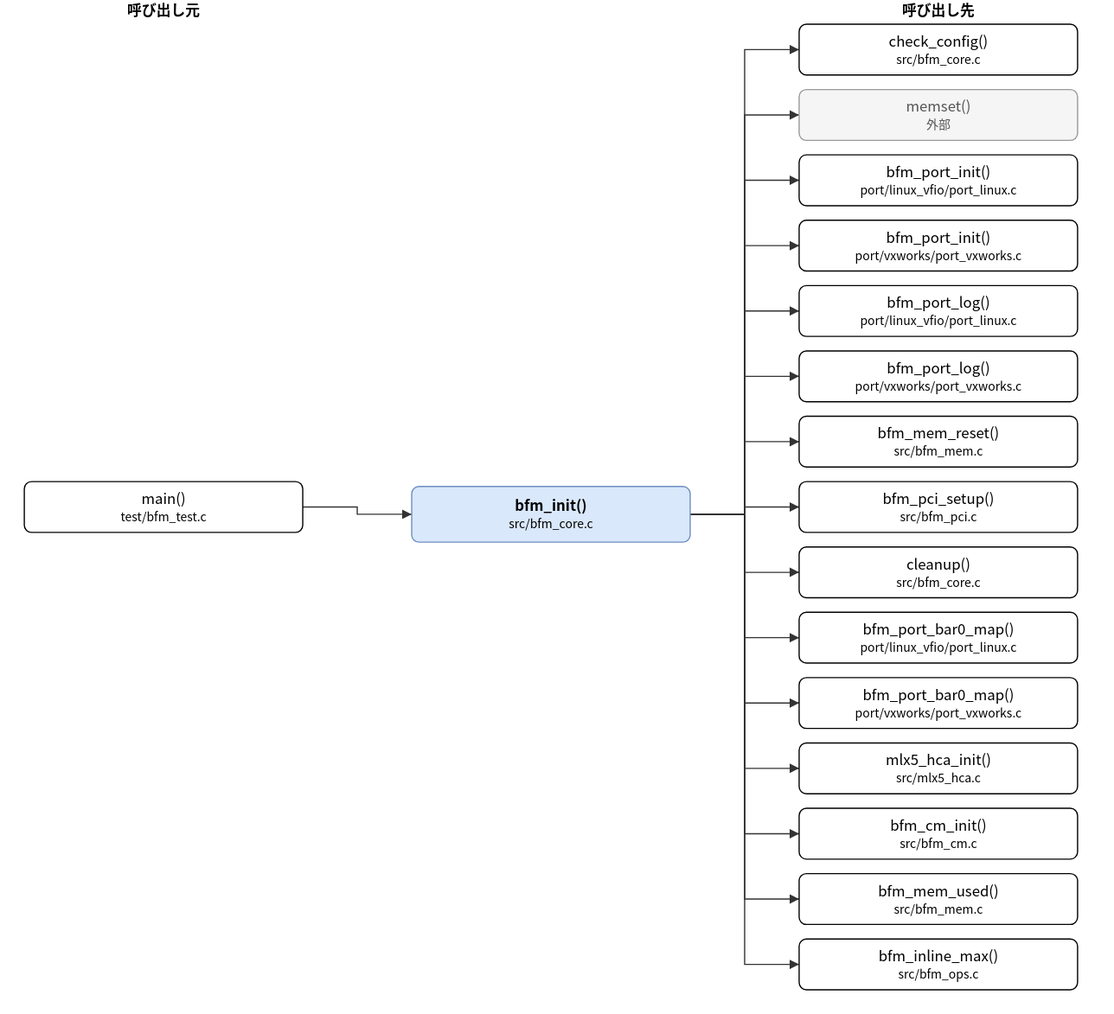
Earlier version of the draw.io export doc/spec/images/call_src_bfm_core-bfm_init.drawio.svg (hf355051012-ai/bfmem). Source tidied: cells renumbered, new cells last; positions are measured from the earlier drawing's top-left corner, leaving out a move shared by most shapes.
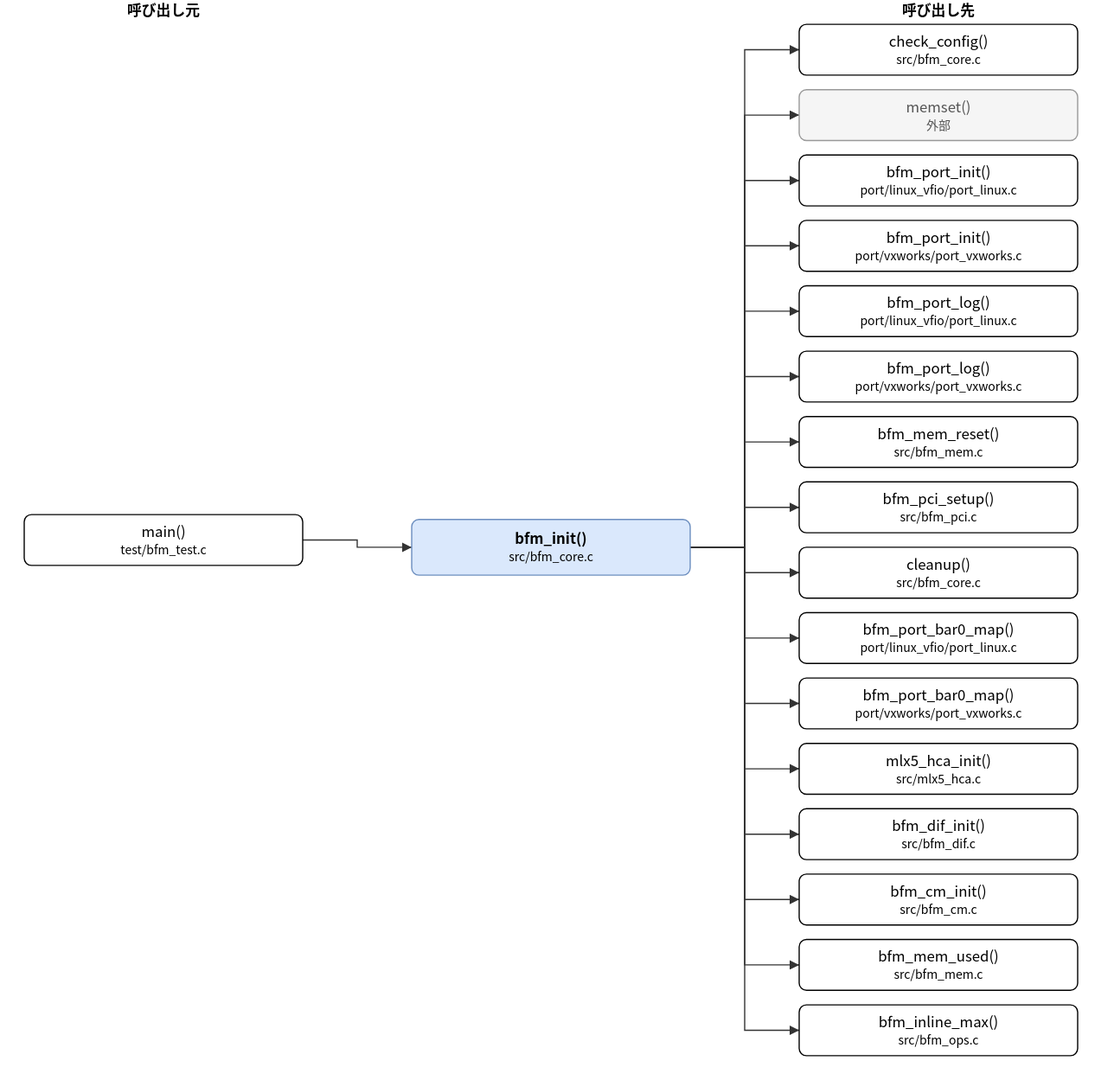
The same file after the commit.

What changed in the source:
```diff
@@ -3,10 +3,10 @@
     <mxCell id="0" />
     <mxCell id="1" parent="0" />
     <mxCell id="2" value="bfm_init()&lt;br&gt;&lt;font style=&quot;font-size:10px&quot;&gt;src/bfm_core.c&lt;/font&gt;" style="rounded=1;whiteSpace=wrap;html=1;fillColor=#dae8fc;strokeColor=#6c8ebf;fontStyle=1;" parent="1" vertex="1">
-      <mxGeometry x="320" y="402" width="230" height="46" as="geometry" />
+      <mxGeometry x="320" y="429" width="230" height="46" as="geometry" />
     </mxCell>
     <mxCell id="3" value="main()&lt;br&gt;&lt;font style=&quot;font-size:10px&quot;&gt;test/bfm_test.c&lt;/font&gt;" style="rounded=1;whiteSpace=wrap;html=1;" parent="1" vertex="1">
-      <mxGeometry y="398" width="230" height="42" as="geometry" />
+      <mxGeometry y="425" width="230" height="42" as="geometry" />
     </mxCell>
     <mxCell id="4" value="check_config()&lt;br&gt;&lt;font style=&quot;font-size:10px&quot;&gt;src/bfm_core.c&lt;/font&gt;" style="rounded=1;whiteSpace=wrap;html=1;" parent="1" vertex="1">
       <mxGeometry x="640" y="20" width="230" height="42" as="geometry" />
@@ -44,27 +44,30 @@
     <mxCell id="15" value="mlx5_hca_init()&lt;br&gt;&lt;font style=&quot;font-size:10px&quot;&gt;src/mlx5_hca.c&lt;/font&gt;" style="rounded=1;whiteSpace=wrap;html=1;" parent="1" vertex="1">
       <mxGeometry x="640" y="614" width="230" height="42" as="geometry" />
     </mxCell>
-    <mxCell id="16" value="bfm_cm_init()&lt;br&gt;&lt;font style=&quot;font-size:10px&quot;&gt;src/bfm_cm.c&lt;/font&gt;" style="rounded=1;whiteSpace=wrap;html=1;" parent="1" vertex="1">
+    <mxCell id="16" value="bfm_dif_init()&lt;br&gt;&lt;font style=&quot;font-size:10px&quot;&gt;src/bfm_dif.c&lt;/font&gt;" style="rounded=1;whiteSpace=wrap;html=1;" parent="1" vertex="1">
       <mxGeometry x="640" y="668" width="230" height="42" as="geometry" />
     </mxCell>
-    <mxCell id="17" value="bfm_mem_used()&lt;br&gt;&lt;font style=&quot;font-size:10px&quot;&gt;src/bfm_mem.c&lt;/font&gt;" style="rounded=1;whiteSpace=wrap;html=1;" parent="1" vertex="1">
+    <mxCell id="17" value="bfm_cm_init()&lt;br&gt;&lt;font style=&quot;font-size:10px&quot;&gt;src/bfm_cm.c&lt;/font&gt;" style="rounded=1;whiteSpace=wrap;html=1;" parent="1" vertex="1">
       <mxGeometry x="640" y="722" width="230" height="42" as="geometry" />
     </mxCell>
-    <mxCell id="18" value="bfm_inline_max()&lt;br&gt;&lt;font style=&quot;font-size:10px&quot;&gt;src/bfm_ops.c&lt;/font&gt;" style="rounded=1;whiteSpace=wrap;html=1;" parent="1" vertex="1">
+    <mxCell id="18" value="bfm_mem_used()&lt;br&gt;&lt;font style=&quot;font-size:10px&quot;&gt;src/bfm_mem.c&lt;/font&gt;" style="rounded=1;whiteSpace=wrap;html=1;" parent="1" vertex="1">
       <mxGeometry x="640" y="776" width="230" height="42" as="geometry" />
     </mxCell>
+    <mxCell id="37" value="bfm_inline_max()&lt;br&gt;&lt;font style=&quot;font-size:10px&quot;&gt;src/bfm_ops.c&lt;/font&gt;" style="rounded=1;whiteSpace=wrap;html=1;" parent="1" vertex="1">
+      <mxGeometry x="640" y="830" width="230" height="42" as="geometry" />
+    </mxCell>
     <mxCell id="19" style="edgeStyle=none;html=1;rounded=0;endArrow=block;endFill=1;exitX=1.0000;exitY=0.5000;exitDx=0;exitDy=0;exitPerimeter=0;entryX=0.0000;entryY=0.5000;entryDx=0;entryDy=0;entryPerimeter=0;" parent="1" edge="1" source="3" target="2">
       <mxGeometry relative="1" as="geometry">
         <Array as="points">
-          <mxPoint x="275" y="419" />
-          <mxPoint x="275" y="425" />
+          <mxPoint x="275" y="446" />
+          <mxPoint x="275" y="452" />
         </Array>
       </mxGeometry>
     </mxCell>
     <mxCell id="20" style="edgeStyle=none;html=1;rounded=0;endArrow=block;endFill=1;exitX=1.0000;exitY=0.5000;exitDx=0;exitDy=0;exitPerimeter=0;entryX=0.0000;entryY=0.5000;entryDx=0;entryDy=0;entryPerimeter=0;" parent="1" edge="1" source="2" target="4">
       <mxGeometry relative="1" as="geometry">
         <Array as="points">
-          <mxPoint x="595" y="425" />
+          <mxPoint x="595" y="452" />
           <mxPoint x="595" y="41" />
         </Array>
       </mxGeometry>
@@ -72,7 +75,7 @@
     <mxCell id="21" style="edgeStyle=none;html=1;rounded=0;endArrow=block;endFill=1;exitX=1.0000;exitY=0.5000;exitDx=0;exitDy=0;exitPerimeter=0;entryX=0.0000;entryY=0.5000;entryDx=0;entryDy=0;entryPerimeter=0;" parent="1" edge="1" source="2" target="5">
       <mxGeometry relative="1" as="geometry">
         <Array as="points">
-          <mxPoint x="595" y="425" />
+          <mxPoint x="595" y="452" />
           <mxPoint x="595" y="95" />
         </Array>
       </mxGeometry>
@@ -80,7 +83,7 @@
     <mxCell id="22" style="edgeStyle=none;html=1;rounded=0;endArrow=block;endFill=1;exitX=1.0000;exitY=0.5000;exitDx=0;exitDy=0;exitPerimeter=0;entryX=0.0000;entryY=0.5000;entryDx=0;entryDy=0;entryPerimeter=0;" parent="1" edge="1" source="2" target="6">
       <mxGeometry relative="1" as="geometry">
         <Array as="points">
-          <mxPoint x="595" y="425" />
+          <mxPoint x="595" y="452" />
           <mxPoint x="595" y="149" />
         </Array>
       </mxGeometry>
@@ -88,7 +91,7 @@
     <mxCell id="23" style="edgeStyle=none;html=1;rounded=0;endArrow=block;endFill=1;exitX=1.0000;exitY=0.5000;exitDx=0;exitDy=0;exitPerimeter=0;entryX=0.0000;entryY=0.5000;entryDx=0;entryDy=0;entryPerimeter=0;" parent="1" edge="1" source="2" target="7">
       <mxGeometry relative="1" as="geometry">
         <Array as="points">
-          <mxPoint x="595" y="425" />
+          <mxPoint x="595" y="452" />
           <mxPoint x="595" y="203" />
         </Array>
       </mxGeometry>
@@ -96,7 +99,7 @@
     <mxCell id="24" style="edgeStyle=none;html=1;rounded=0;endArrow=block;endFill=1;exitX=1.0000;exitY=0.5000;exitDx=0;exitDy=0;exitPerimeter=0;entryX=0.0000;entryY=0.5000;entryDx=0;entryDy=0;entryPerimeter=0;" parent="1" edge="1" source="2" target="8">
       <mxGeometry relative="1" as="geometry">
         <Array as="points">
-          <mxPoint x="595" y="425" />
+          <mxPoint x="595" y="452" />
           <mxPoint x="595" y="257" />
         </Array>
       </mxGeometry>
@@ -104,7 +107,7 @@
     <mxCell id="25" style="edgeStyle=none;html=1;rounded=0;endArrow=block;endFill=1;exitX=1.0000;exitY=0.5000;exitDx=0;exitDy=0;exitPerimeter=0;entryX=0.0000;entryY=0.5000;entryDx=0;entryDy=0;entryPerimeter=0;" parent="1" edge="1" source="2" target="9">
       <mxGeometry relative="1" as="geometry">
         <Array as="points">
-          <mxPoint x="595" y="425" />
+          <mxPoint x="595" y="452" />
           <mxPoint x="595" y="311" />
         </Array>
       </mxGeometry>
@@ -112,7 +115,7 @@
     <mxCell id="26" style="edgeStyle=none;html=1;rounded=0;endArrow=block;endFill=1;exitX=1.0000;exitY=0.5000;exitDx=0;exitDy=0;exitPerimeter=0;entryX=0.0000;entryY=0.5000;entryDx=0;entryDy=0;entryPerimeter=0;" parent="1" edge="1" source="2" target="10">
       <mxGeometry relative="1" as="geometry">
         <Array as="points">
-          <mxPoint x="595" y="425" />
+          <mxPoint x="595" y="452" />
           <mxPoint x="595" y="365" />
         </Array>
       </mxGeometry>
@@ -120,7 +123,7 @@
     <mxCell id="27" style="edgeStyle=none;html=1;rounded=0;endArrow=block;endFill=1;exitX=1.0000;exitY=0.5000;exitDx=0;exitDy=0;exitPerimeter=0;entryX=0.0000;entryY=0.5000;entryDx=0;entryDy=0;entryPerimeter=0;" parent="1" edge="1" source="2" target="11">
       <mxGeometry relative="1" as="geometry">
         <Array as="points">
-          <mxPoint x="595" y="425" />
+          <mxPoint x="595" y="452" />
           <mxPoint x="595" y="419" />
         </Array>
       </mxGeometry>
@@ -128,7 +131,7 @@
     <mxCell id="28" style="edgeStyle=none;html=1;rounded=0;endArrow=block;endFill=1;exitX=1.0000;exitY=0.5000;exitDx=0;exitDy=0;exitPerimeter=0;entryX=0.0000;entryY=0.5000;entryDx=0;entryDy=0;entryPerimeter=0;" parent="1" edge="1" source="2" target="12">
       <mxGeometry relative="1" as="geometry">
         <Array as="points">
-          <mxPoint x="595" y="425" />
+          <mxPoint x="595" y="452" />
           <mxPoint x="595" y="473" />
         </Array>
       </mxGeometry>
@@ -136,7 +139,7 @@
     <mxCell id="29" style="edgeStyle=none;html=1;rounded=0;endArrow=block;endFill=1;exitX=1.0000;exitY=0.5000;exitDx=0;exitDy=0;exitPerimeter=0;entryX=0.0000;entryY=0.5000;entryDx=0;entryDy=0;entryPerimeter=0;" parent="1" edge="1" source="2" target="13">
       <mxGeometry relative="1" as="geometry">
         <Array as="points">
-          <mxPoint x="595" y="425" />
+          <mxPoint x="595" y="452" />
           <mxPoint x="595" y="527" />
         </Array>
       </mxGeometry>
@@ -144,7 +147,7 @@
     <mxCell id="30" style="edgeStyle=none;html=1;rounded=0;endArrow=block;endFill=1;exitX=1.0000;exitY=0.5000;exitDx=0;exitDy=0;exitPerimeter=0;entryX=0.0000;entryY=0.5000;entryDx=0;entryDy=0;entryPerimeter=0;" parent="1" edge="1" source="2" target="14">
       <mxGeometry relative="1" as="geometry">
         <Array as="points">
-          <mxPoint x="595" y="425" />
+          <mxPoint x="595" y="452" />
           <mxPoint x="595" y="581" />
         </Array>
       </mxGeometry>
@@ -152,7 +155,7 @@
     <mxCell id="31" style="edgeStyle=none;html=1;rounded=0;endArrow=block;endFill=1;exitX=1.0000;exitY=0.5000;exitDx=0;exitDy=0;exitPerimeter=0;entryX=0.0000;entryY=0.5000;entryDx=0;entryDy=0;entryPerimeter=0;" parent="1" edge="1" source="2" target="15">
       <mxGeometry relative="1" as="geometry">
         <Array as="points">
-          <mxPoint x="595" y="425" />
+          <mxPoint x="595" y="452" />
           <mxPoint x="595" y="635" />
         </Array>
       </mxGeometry>
@@ -160,7 +163,7 @@
     <mxCell id="32" style="edgeStyle=none;html=1;rounded=0;endArrow=block;endFill=1;exitX=1.0000;exitY=0.5000;exitDx=0;exitDy=0;exitPerimeter=0;entryX=0.0000;entryY=0.5000;entryDx=0;entryDy=0;entryPerimeter=0;" parent="1" edge="1" source="2" target="16">
       <mxGeometry relative="1" as="geometry">
         <Array as="points">
-          <mxPoint x="595" y="425" />
+          <mxPoint x="595" y="452" />
           <mxPoint x="595" y="689" />
         </Array>
       </mxGeometry>
@@ -168,7 +171,7 @@
     <mxCell id="33" style="edgeStyle=none;html=1;rounded=0;endArrow=block;endFill=1;exitX=1.0000;exitY=0.5000;exitDx=0;exitDy=0;exitPerimeter=0;entryX=0.0000;entryY=0.5000;entryDx=0;entryDy=0;entryPerimeter=0;" parent="1" edge="1" source="2" target="17">
       <mxGeometry relative="1" as="geometry">
         <Array as="points">
-          <mxPoint x="595" y="425" />
+          <mxPoint x="595" y="452" />
           <mxPoint x="595" y="743" />
         </Array>
       </mxGeometry>
@@ -176,11 +179,19 @@
     <mxCell id="34" style="edgeStyle=none;html=1;rounded=0;endArrow=block;endFill=1;exitX=1.0000;exitY=0.5000;exitDx=0;exitDy=0;exitPerimeter=0;entryX=0.0000;entryY=0.5000;entryDx=0;entryDy=0;entryPerimeter=0;" parent="1" edge="1" source="2" target="18">
       <mxGeometry relative="1" as="geometry">
         <Array as="points">
-          <mxPoint x="595" y="425" />
+          <mxPoint x="595" y="452" />
           <mxPoint x="595" y="797" />
         </Array>
       </mxGeometry>
     </mxCell>
+    <mxCell id="38" style="edgeStyle=none;html=1;rounded=0;endArrow=block;endFill=1;exitX=1.0000;exitY=0.5000;exitDx=0;exitDy=0;exitPerimeter=0;entryX=0.0000;entryY=0.5000;entryDx=0;entryDy=0;entryPerimeter=0;" parent="1" edge="1" source="2" target="37">
+      <mxGeometry relative="1" as="geometry">
+        <Array as="points">
+          <mxPoint x="595" y="452" />
+          <mxPoint x="595" y="851" />
+        </Array>
+      </mxGeometry>
+    </mxCell>
     <mxCell id="35" value="呼び出し元" style="text;html=1;align=center;fontStyle=1;" parent="1" vertex="1">
       <mxGeometry x="35" width="160" height="18" as="geometry" />
     </mxCell>
```
